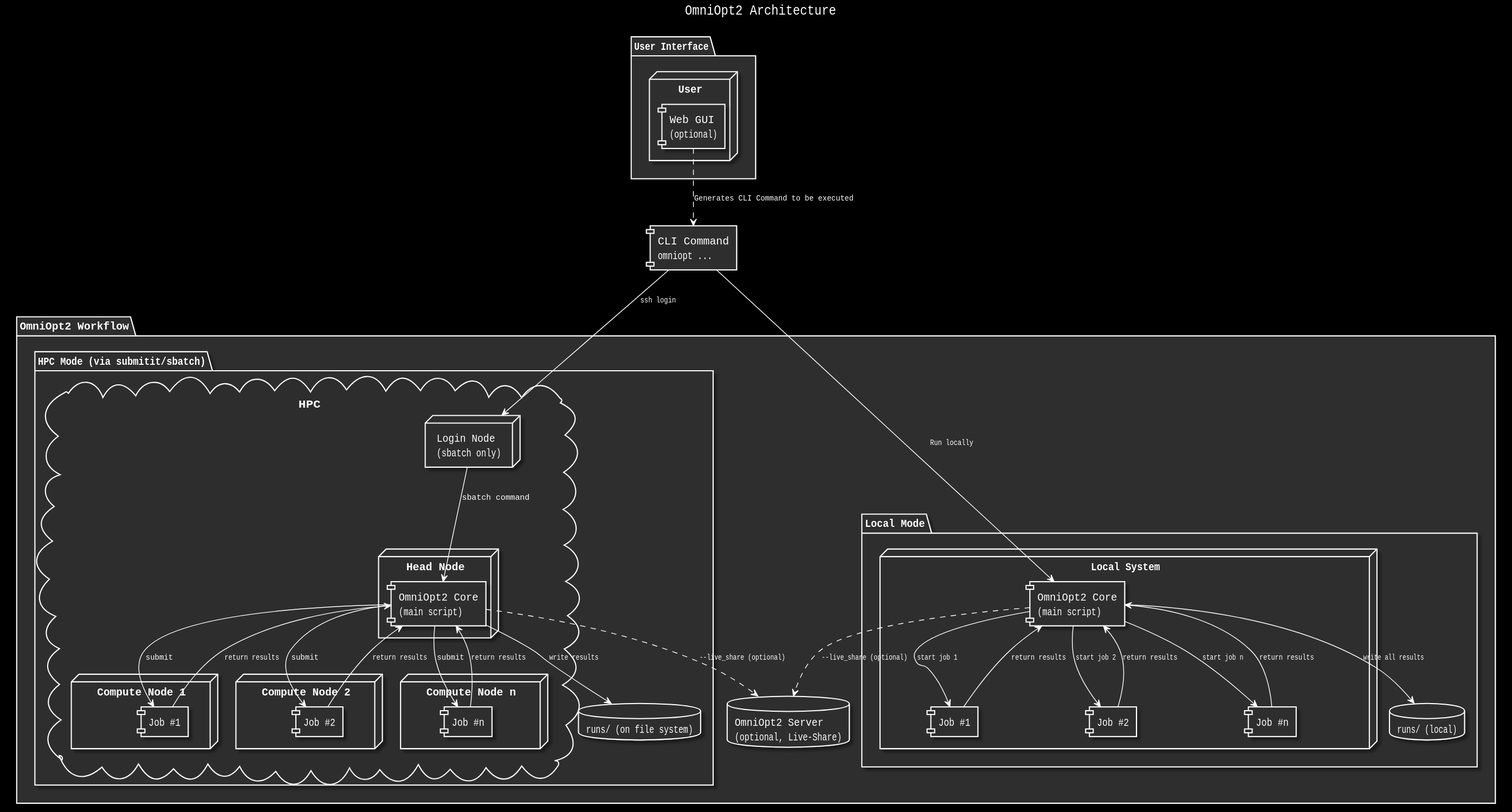
Earlier version of the PlantUML export .gui/documentation/output_dark/architecture.svg (NormanTUD/OmniOpt).
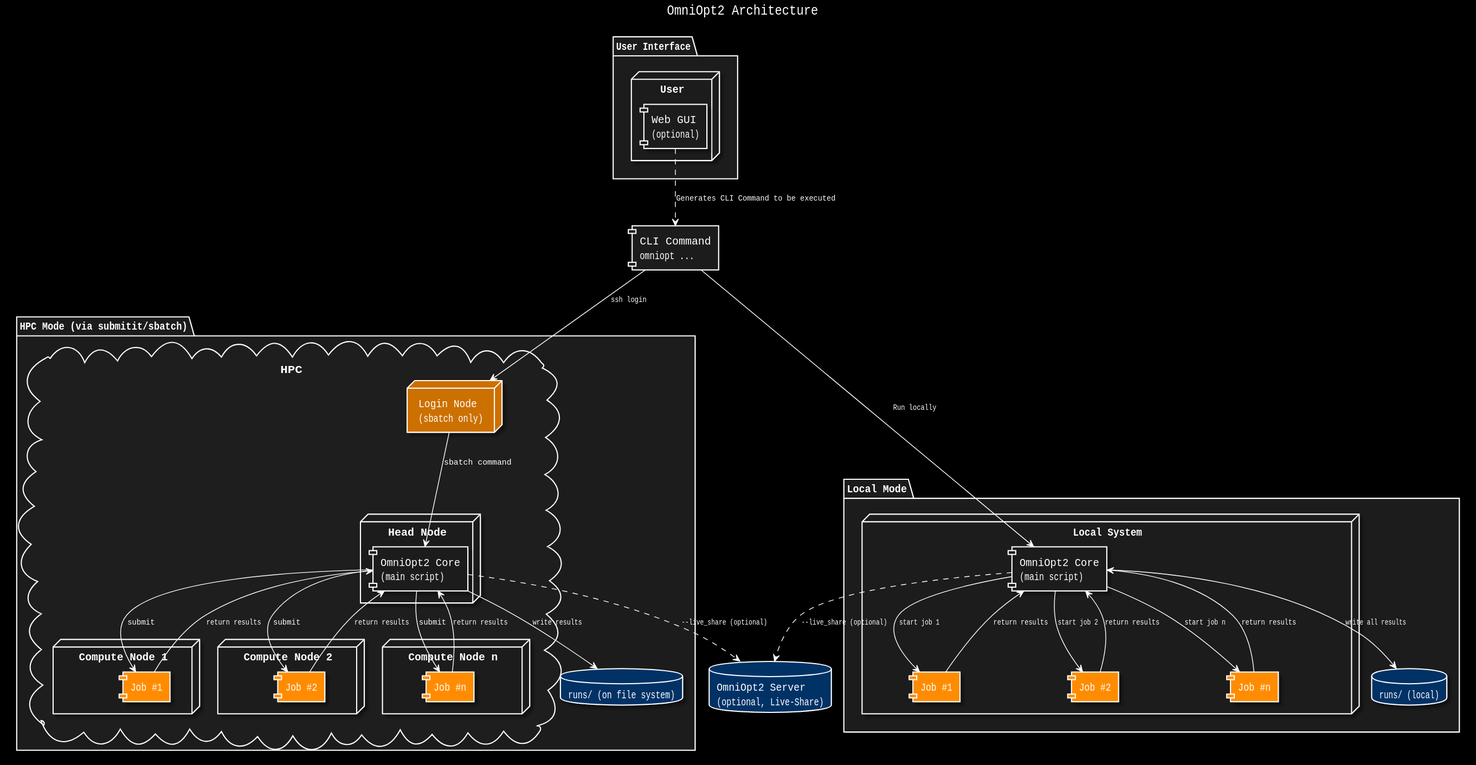
Later version of the same file.

What changed in the source:
```diff
@@ -9,11 +9,11 @@
   skinparam arrowColor #ffffff
   skinparam ArrowFontColor #ffffff
 
-  skinparam componentBackgroundColor #2d2d2d
-  skinparam nodeBackgroundColor #2d2d2d
-  skinparam databaseBackgroundColor #2d2d2d
-  skinparam packageBackgroundColor #2d2d2d
-  skinparam cloudBackgroundColor #2d2d2d
+  skinparam componentBackgroundColor #1e1e1e
+  skinparam nodeBackgroundColor #CC7000   ' dunkles Orange/Braun
+  skinparam databaseBackgroundColor #003366
+  skinparam packageBackgroundColor #1e1e1e
+  skinparam cloudBackgroundColor #1e1e1e
 
   skinparam componentBorderColor #ffffff
   skinparam nodeBorderColor #ffffff
@@ -21,6 +21,8 @@
   skinparam packageBorderColor #ffffff
   skinparam cloudBorderColor #ffffff
   skinparam rectangleBorderColor #ffffff
+
+  skinparam componentBackgroundColor #1e1e1e
 
 skinparam componentStyle rectangle
 skinparam defaultFontName Monospace
@@ -36,60 +38,56 @@
 
 component "CLI Command\nomniopt ..." as CLI
 
-package "OmniOpt2 Workflow" {
-
 
   GUI ..> CLI : Generates CLI Command to be executed
 
   database "OmniOpt2 Server\n(optional, Live-Share)" as OmniOpt2Server
 
   package "Local Mode" {
-	  database "runs/ (local)" as LocalRuns
+          database "runs/ (local)" as LocalRuns
 
-	  node "Local System" {
-		  component "OmniOpt2 Core\n(main script)" as LocalCore
-			  component "Job #1" as LocalJobs1
-			  component "Job #2" as LocalJobs2
-			  component "Job #n" as LocalJobsN
-	  }
+          node "Local System" {
+                  component "OmniOpt2 Core\n(main script)" as LocalCore
 
-	  CLI --> LocalCore : Run locally
+                    component "Job #1" as LocalJobs1 #FF8C00
+                    component "Job #2" as LocalJobs2 #FF8C00
+                    component "Job #n" as LocalJobsN #FF8C00
+          }
 
-		  LocalCore --> LocalJobs1 : start job 1
-		  LocalJobs1 --> LocalCore : return results
+          CLI --> LocalCore : Run locally
 
-		  LocalCore --> LocalJobs2 : start job 2
-		  LocalJobs2 --> LocalCore : return results
+                  LocalCore --> LocalJobs1 : start job 1
+                  LocalJobs1 --> LocalCore : return results
 
-		  LocalCore --> LocalJobsN : start job n
-		  LocalJobsN --> LocalCore : return results
+                  LocalCore --> LocalJobs2 : start job 2
+                  LocalJobs2 --> LocalCore : return results
 
-		  LocalCore --> LocalRuns : write all results
+                  LocalCore --> LocalJobsN : start job n
+                  LocalJobsN --> LocalCore : return results
 
-		  LocalCore ..> OmniOpt2Server : --live_share (optional)
+                  LocalCore --> LocalRuns : write all results
+
+                  LocalCore ..> OmniOpt2Server : --live_share (optional)
   }
 
   package "HPC Mode (via submitit/sbatch)" {
 
     cloud "HPC" {
 
-      node "Login Node\n(sbatch only)" as LoginNode
+        node "Login Node\n(sbatch only)" as LoginNode #CC7000
+        node "Head Node" {
+          component "OmniOpt2 Core\n(main script)" as HPCMaster
+        }
+        node "Compute Node 1" {
+          component "Job #1" as Job1 #FF8C00
+        }
+        node "Compute Node 2" {
+          component "Job #2" as Job2 #FF8C00
+        }
+        node "Compute Node n" {
+          component "Job #n" as Job3 #FF8C00
+        }
 
-      node "Head Node" {
-        component "OmniOpt2 Core\n(main script)" as HPCMaster
-      }
-
-      node "Compute Node 1" {
-        component "Job #1" as Job1
-      }
-
-      node "Compute Node 2" {
-        component "Job #2" as Job2
-      }
-
-      node "Compute Node n" {
-        component "Job #n" as Job3
-      }
     }
 
     database "runs/ (on file system)" as HPCRuns
@@ -108,6 +106,5 @@
     HPCMaster --> HPCRuns : write results
     HPCMaster ..> OmniOpt2Server : --live_share (optional)
   }
-}
 
 @enduml
```
